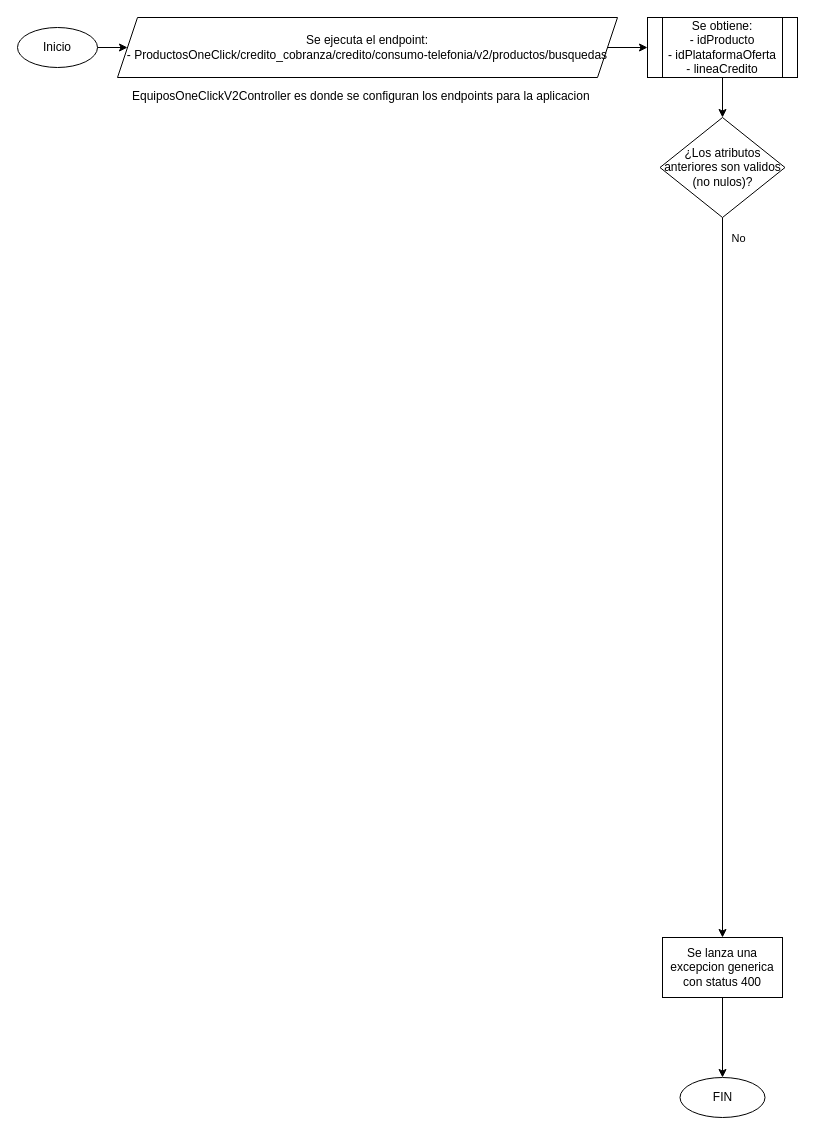
Earlier version of the draw.io diagram Untitled Diagram.drawio (Retsamyo/hello-world). Source tidied: cells renumbered, new cells numbered last; positions are measured from the earlier drawing's top-left corner, leaving out a move shared by most shapes. Both pictures are drawn from the tidied source at 100%, with x=0, y=0 at pixel (17, 17).
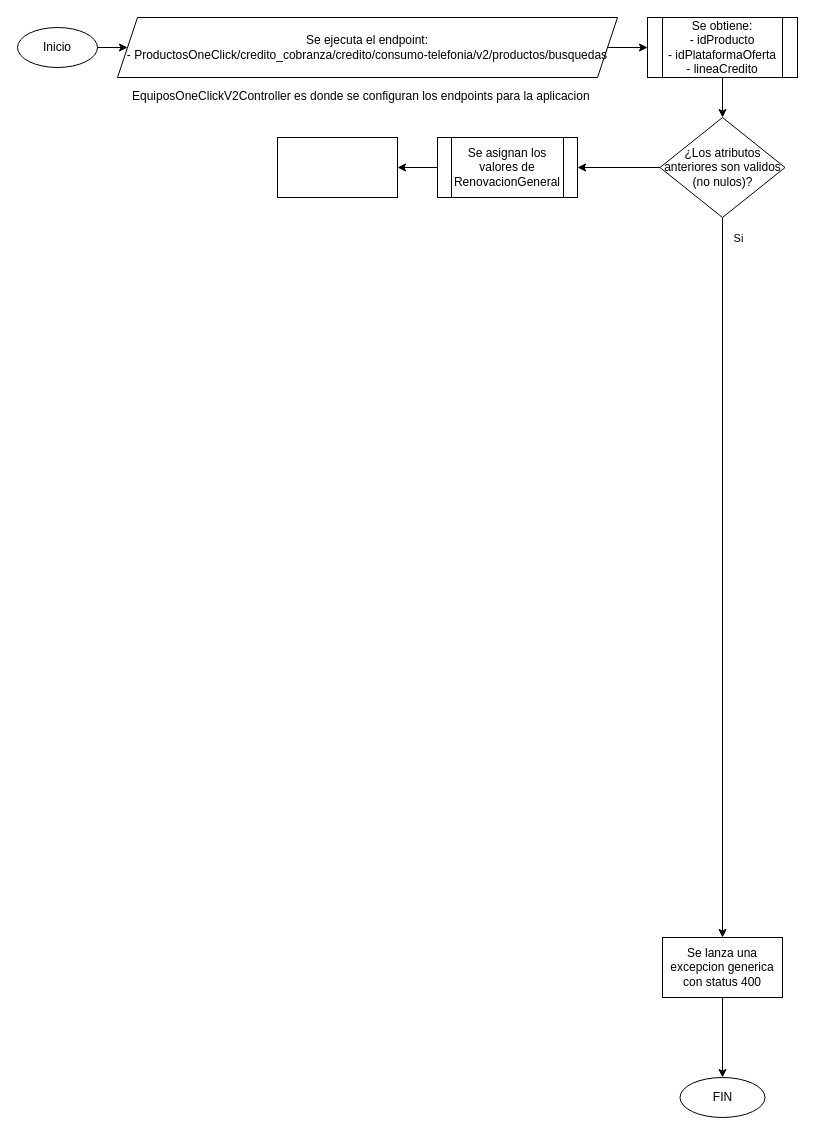
The same page after the edit.

Diff of the diagram source:
```diff
@@
 <mxGraphModel>
   <root>
     <mxCell id="0" />
     <mxCell id="1" parent="0" />
     <mxCell id="2" value="&lt;p&gt;&lt;span style=&quot;font-size: 12px ; font-weight: normal&quot;&gt;EquiposOneClickV2Controller es donde se configuran los endpoints para la aplicacion&lt;/span&gt;&lt;/p&gt;" style="text;html=1;strokeColor=none;fillColor=none;spacing=5;spacingTop=-20;whiteSpace=wrap;overflow=hidden;rounded=0;" parent="1" vertex="1">
       <mxGeometry x="110" y="70" width="480" height="20" as="geometry" />
     </mxCell>
     <mxCell id="3" style="edgeStyle=orthogonalEdgeStyle;rounded=0;jettySize=auto;html=1;" parent="1" edge="1" source="4" target="6">
       <mxGeometry relative="1" as="geometry" />
     </mxCell>
     <mxCell id="4" value="&lt;span&gt;Se ejecuta el endpoint:&lt;/span&gt;&lt;br&gt;&lt;span&gt;-&amp;nbsp;ProductosOneClick/credito_cobranza/credito/consumo-telefonia/v2/productos/busquedas&lt;/span&gt;" style="shape=parallelogram;perimeter=parallelogramPerimeter;whiteSpace=wrap;html=1;fixedSize=1;" parent="1" vertex="1">
       <mxGeometry x="100" width="500" height="60" as="geometry" />
     </mxCell>
     <mxCell id="5" style="edgeStyle=orthogonalEdgeStyle;rounded=0;jettySize=auto;html=1;" parent="1" edge="1" source="6" target="9">
       <mxGeometry relative="1" as="geometry" />
     </mxCell>
     <mxCell id="6" value="Se obtiene:&lt;br&gt;-&amp;nbsp;idProducto&lt;br&gt;- idPlataformaOferta&lt;br&gt;-&amp;nbsp;lineaCredito" style="shape=process;whiteSpace=wrap;html=1;backgroundOutline=1;" parent="1" vertex="1">
       <mxGeometry x="630" width="150" height="60" as="geometry" />
     </mxCell>
     <mxCell id="7" style="edgeStyle=orthogonalEdgeStyle;rounded=0;jettySize=auto;html=1;" parent="1" edge="1" source="9" target="11">
       <mxGeometry relative="1" as="geometry" />
     </mxCell>
-    <mxCell id="8" value="No" style="edgeLabel;html=1;align=center;verticalAlign=middle;" parent="7" vertex="1">
+    <mxCell id="8" value="Si" style="edgeLabel;html=1;align=center;verticalAlign=middle;" parent="7" vertex="1">
       <mxGeometry x="-0.83" y="4" relative="1" as="geometry">
         <mxPoint x="11" y="-41" as="offset" />
       </mxGeometry>
     </mxCell>
+    <mxCell id="15" style="edgeStyle=orthogonalEdgeStyle;rounded=0;jettySize=auto;html=1;" parent="1" edge="1" source="9" target="17">
+      <mxGeometry relative="1" as="geometry" />
+    </mxCell>
     <mxCell id="9" value="¿Los atributos anteriores son validos (no nulos)?" style="rhombus;whiteSpace=wrap;html=1;" parent="1" vertex="1">
       <mxGeometry x="642.5" y="100" width="125" height="100" as="geometry" />
     </mxCell>
     <mxCell id="10" style="edgeStyle=orthogonalEdgeStyle;rounded=0;jettySize=auto;html=1;" parent="1" edge="1" source="11" target="12">
       <mxGeometry relative="1" as="geometry" />
     </mxCell>
     <mxCell id="11" value="Se lanza una excepcion generica con status 400" style="whiteSpace=wrap;html=1;" parent="1" vertex="1">
       <mxGeometry x="645" y="920" width="120" height="60" as="geometry" />
     </mxCell>
     <mxCell id="12" value="FIN" style="ellipse;whiteSpace=wrap;html=1;" parent="1" vertex="1">
       <mxGeometry x="662.5" y="1060" width="85" height="40" as="geometry" />
     </mxCell>
     <mxCell id="13" style="edgeStyle=orthogonalEdgeStyle;rounded=0;jettySize=auto;html=1;" parent="1" edge="1" source="14" target="4">
       <mxGeometry relative="1" as="geometry" />
     </mxCell>
     <mxCell id="14" value="Inicio" style="ellipse;whiteSpace=wrap;html=1;" parent="1" vertex="1">
       <mxGeometry y="10" width="80" height="40" as="geometry" />
     </mxCell>
+    <mxCell id="16" style="edgeStyle=orthogonalEdgeStyle;rounded=0;jettySize=auto;html=1;" parent="1" edge="1" source="17" target="18">
+      <mxGeometry relative="1" as="geometry" />
+    </mxCell>
+    <mxCell id="17" value="&lt;span&gt;Se asignan los valores de RenovacionGeneral&lt;/span&gt;" style="shape=process;whiteSpace=wrap;html=1;backgroundOutline=1;" parent="1" vertex="1">
+      <mxGeometry x="420" y="120" width="140" height="60" as="geometry" />
+    </mxCell>
+    <mxCell id="18" style="whiteSpace=wrap;html=1;" parent="1" vertex="1">
+      <mxGeometry x="260" y="120" width="120" height="60" as="geometry" />
+    </mxCell>
   </root>
 </mxGraphModel>
```
